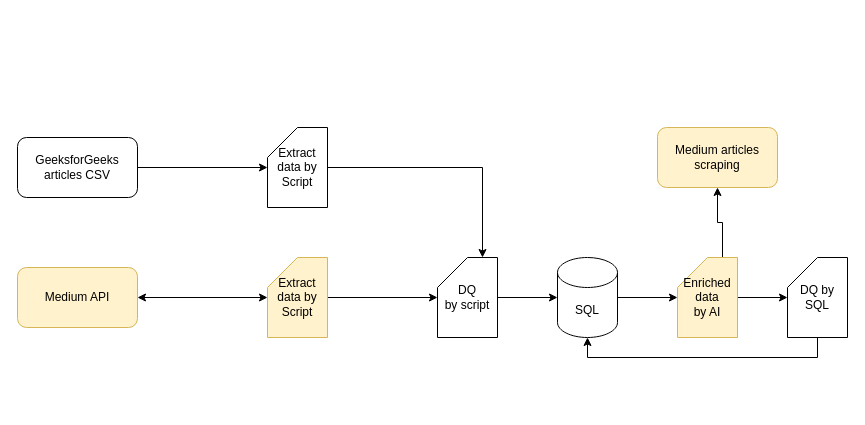
This is data_man/project/docs/architecture.drawio from gevola-dev/FDS02Q001, a draw.io file, before an edit. Source tidied: cells renumbered, new cells numbered last; positions are measured from the earlier drawing's top-left corner, leaving out a move shared by most shapes. Both pictures are drawn from the tidied source at 100%, with x=0, y=0 at pixel (17, 127).
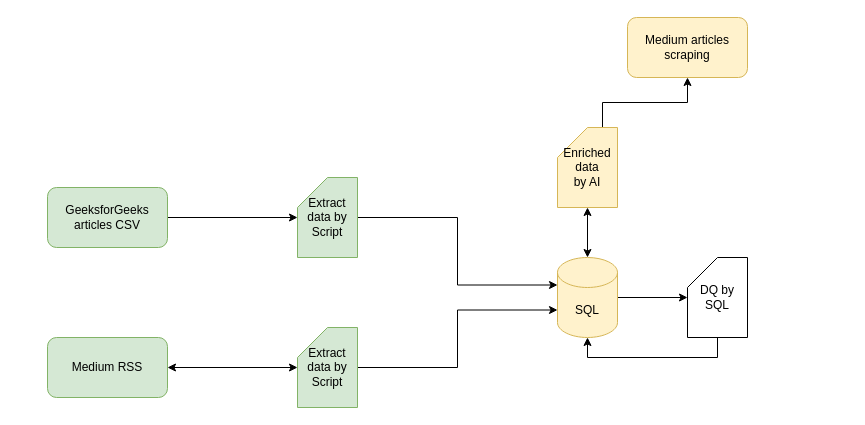
The same page after the edit.

What changed in the source:
```diff
@@
 <mxGraphModel>
   <root>
     <mxCell id="0" />
     <mxCell id="1" parent="0" />
     <mxCell id="2" style="edgeStyle=orthogonalEdgeStyle;rounded=0;jettySize=auto;html=1;" parent="1" edge="1" source="3" target="19">
       <mxGeometry relative="1" as="geometry" />
     </mxCell>
-    <mxCell id="3" value="GeeksforGeeks&lt;br&gt;articles CSV" style="rounded=1;whiteSpace=wrap;html=1;" parent="1" vertex="1">
-      <mxGeometry y="10" width="120" height="60" as="geometry" />
+    <mxCell id="3" value="GeeksforGeeks&lt;br&gt;articles CSV" style="rounded=1;whiteSpace=wrap;html=1;fillColor=#d5e8d4;strokeColor=#82b366;" parent="1" vertex="1">
+      <mxGeometry x="30" y="60" width="120" height="60" as="geometry" />
     </mxCell>
-    <mxCell id="4" value="Medium API" style="rounded=1;whiteSpace=wrap;html=1;fillColor=#fff2cc;strokeColor=#d6b656;" parent="1" vertex="1">
-      <mxGeometry y="140" width="120" height="60" as="geometry" />
+    <mxCell id="4" value="Medium RSS" style="rounded=1;whiteSpace=wrap;html=1;fillColor=#d5e8d4;strokeColor=#82b366;" parent="1" vertex="1">
+      <mxGeometry x="30" y="210" width="120" height="60" as="geometry" />
     </mxCell>
     <mxCell id="5" value="Medium articles scraping" style="rounded=1;whiteSpace=wrap;html=1;fillColor=#fff2cc;strokeColor=#d6b656;" parent="1" vertex="1">
-      <mxGeometry x="640" width="120" height="60" as="geometry" />
+      <mxGeometry x="610" y="-110" width="120" height="60" as="geometry" />
     </mxCell>
     <mxCell id="6" style="edgeStyle=orthogonalEdgeStyle;rounded=0;jettySize=auto;html=1;entryX=1;entryY=0.5;entryDx=0;entryDy=0;startArrow=classic;startFill=1;" parent="1" edge="1" source="8" target="4">
       <mxGeometry relative="1" as="geometry" />
     </mxCell>
-    <mxCell id="7" style="edgeStyle=orthogonalEdgeStyle;rounded=0;jettySize=auto;html=1;exitX=1;exitY=0.5;exitDx=0;exitDy=0;exitPerimeter=0;" parent="1" edge="1" source="8" target="12">
+    <mxCell id="7" style="edgeStyle=orthogonalEdgeStyle;rounded=0;jettySize=auto;html=1;exitX=1;exitY=0.5;exitDx=0;exitDy=0;exitPerimeter=0;entryX=0;entryY=0;entryDx=0;entryDy=52.5;entryPerimeter=0;" parent="1" edge="1" source="8" target="10">
       <mxGeometry relative="1" as="geometry" />
     </mxCell>
-    <mxCell id="8" value="Extract data by&lt;br&gt;Script" style="shape=card;whiteSpace=wrap;html=1;fillColor=#fff2cc;strokeColor=#d6b656;" parent="1" vertex="1">
-      <mxGeometry x="250" y="130" width="60" height="80" as="geometry" />
+    <mxCell id="8" value="Extract data by&lt;br&gt;Script" style="shape=card;whiteSpace=wrap;html=1;fillColor=#d5e8d4;strokeColor=#82b366;" parent="1" vertex="1">
+      <mxGeometry x="280" y="200" width="60" height="80" as="geometry" />
     </mxCell>
-    <mxCell id="9" style="edgeStyle=orthogonalEdgeStyle;rounded=0;jettySize=auto;html=1;exitX=1;exitY=0.5;exitDx=0;exitDy=0;exitPerimeter=0;" parent="1" edge="1" source="10" target="17">
+    <mxCell id="9" style="edgeStyle=orthogonalEdgeStyle;rounded=0;jettySize=auto;html=1;startArrow=classic;startFill=1;" parent="1" edge="1" source="10" target="17">
       <mxGeometry relative="1" as="geometry" />
     </mxCell>
+    <mxCell id="20" style="edgeStyle=orthogonalEdgeStyle;rounded=0;jettySize=auto;html=1;" parent="1" edge="1" source="10" target="14">
+      <mxGeometry relative="1" as="geometry" />
+    </mxCell>
-    <mxCell id="10" value="SQL" style="shape=cylinder3;whiteSpace=wrap;html=1;boundedLbl=1;backgroundOutline=1;size=15;" parent="1" vertex="1">
+    <mxCell id="10" value="SQL" style="shape=cylinder3;whiteSpace=wrap;html=1;boundedLbl=1;backgroundOutline=1;size=15;fillColor=#fff2cc;strokeColor=#d6b656;" parent="1" vertex="1">
       <mxGeometry x="540" y="130" width="60" height="80" as="geometry" />
     </mxCell>
-    <mxCell id="11" style="edgeStyle=orthogonalEdgeStyle;rounded=0;jettySize=auto;html=1;exitX=1;exitY=0.5;exitDx=0;exitDy=0;exitPerimeter=0;" parent="1" edge="1" source="12" target="10">
-      <mxGeometry relative="1" as="geometry" />
-    </mxCell>
-    <mxCell id="12" value="DQ &lt;br&gt;by script" style="shape=card;whiteSpace=wrap;html=1;" parent="1" vertex="1">
-      <mxGeometry x="420" y="130" width="60" height="80" as="geometry" />
-    </mxCell>
     <mxCell id="13" style="edgeStyle=orthogonalEdgeStyle;rounded=0;jettySize=auto;html=1;exitX=0.5;exitY=1;exitDx=0;exitDy=0;exitPerimeter=0;entryX=0.5;entryY=1;entryDx=0;entryDy=0;entryPerimeter=0;" parent="1" edge="1" source="14" target="10">
       <mxGeometry relative="1" as="geometry" />
     </mxCell>
     <mxCell id="14" value="DQ by SQL" style="shape=card;whiteSpace=wrap;html=1;" parent="1" vertex="1">
-      <mxGeometry x="770" y="130" width="60" height="80" as="geometry" />
+      <mxGeometry x="670" y="130" width="60" height="80" as="geometry" />
     </mxCell>
-    <mxCell id="15" style="edgeStyle=orthogonalEdgeStyle;rounded=0;jettySize=auto;html=1;exitX=1;exitY=0.5;exitDx=0;exitDy=0;exitPerimeter=0;" parent="1" edge="1" source="17" target="14">
-      <mxGeometry relative="1" as="geometry" />
-    </mxCell>
     <mxCell id="16" style="edgeStyle=orthogonalEdgeStyle;rounded=0;jettySize=auto;html=1;exitX=0;exitY=0;exitDx=45;exitDy=0;exitPerimeter=0;" parent="1" edge="1" source="17" target="5">
       <mxGeometry relative="1" as="geometry" />
     </mxCell>
     <mxCell id="17" value="Enriched data &lt;br&gt;by AI" style="shape=card;whiteSpace=wrap;html=1;fillColor=#fff2cc;strokeColor=#d6b656;" parent="1" vertex="1">
-      <mxGeometry x="660" y="130" width="60" height="80" as="geometry" />
+      <mxGeometry x="540" width="60" height="80" as="geometry" />
     </mxCell>
-    <mxCell id="18" style="edgeStyle=orthogonalEdgeStyle;rounded=0;jettySize=auto;html=1;exitX=1;exitY=0.5;exitDx=0;exitDy=0;exitPerimeter=0;entryX=0;entryY=0;entryDx=45;entryDy=0;entryPerimeter=0;" parent="1" edge="1" source="19" target="12">
+    <mxCell id="18" style="edgeStyle=orthogonalEdgeStyle;rounded=0;jettySize=auto;html=1;exitX=1;exitY=0.5;exitDx=0;exitDy=0;exitPerimeter=0;entryX=0;entryY=0;entryDx=0;entryDy=27.5;entryPerimeter=0;" parent="1" edge="1" source="19" target="10">
       <mxGeometry relative="1" as="geometry" />
     </mxCell>
-    <mxCell id="19" value="Extract data by&lt;br&gt;Script" style="shape=card;whiteSpace=wrap;html=1;" parent="1" vertex="1">
-      <mxGeometry x="250" width="60" height="80" as="geometry" />
+    <mxCell id="19" value="Extract data by&lt;br&gt;Script" style="shape=card;whiteSpace=wrap;html=1;fillColor=#d5e8d4;strokeColor=#82b366;" parent="1" vertex="1">
+      <mxGeometry x="280" y="50" width="60" height="80" as="geometry" />
     </mxCell>
   </root>
 </mxGraphModel>
```
